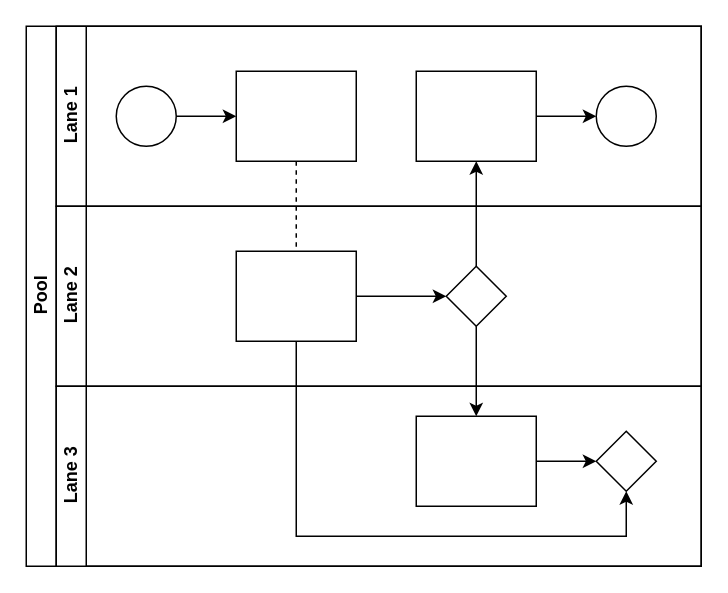
Before: Diagramme sans nom.drawio in myhfc/recommender-system-projet09-azure, a draw.io diagram. Source tidied: cells renumbered, new cells numbered last; positions are measured from the earlier drawing's top-left corner, leaving out a move shared by most shapes. Both pictures are drawn from the tidied source at 150%, with x=0, y=0 at pixel (26, 26).
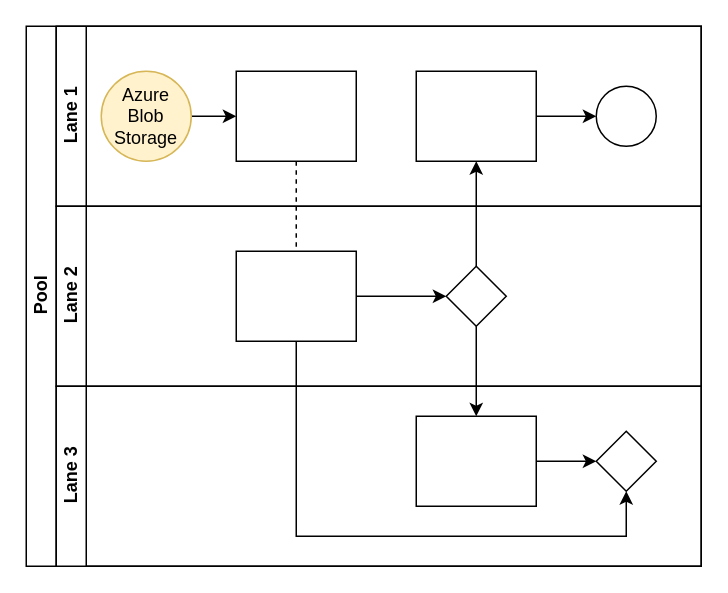
The same page after the edit.

The change refers to these unchanged cells:
```xml
<mxCell id="7" value="Lane 1" style="swimlane;html=1;startSize=20;horizontal=0;" parent="2" vertex="1">
  <mxGeometry x="20" width="430" height="120" as="geometry" />
</mxCell>
```

What changed in the source:
```diff
@@
-    <mxCell id="9" style="ellipse;whiteSpace=wrap;html=1;" parent="7" vertex="1">
-      <mxGeometry x="40" y="40" width="40" height="40" as="geometry" />
+    <mxCell id="9" value="Azure Blob Storage" style="ellipse;whiteSpace=wrap;html=1;fillColor=#fff2cc;strokeColor=#d6b656;gradientColor=none;" parent="7" vertex="1">
+      <mxGeometry x="30" y="30" width="60" height="60" as="geometry" />
     </mxCell>
```
